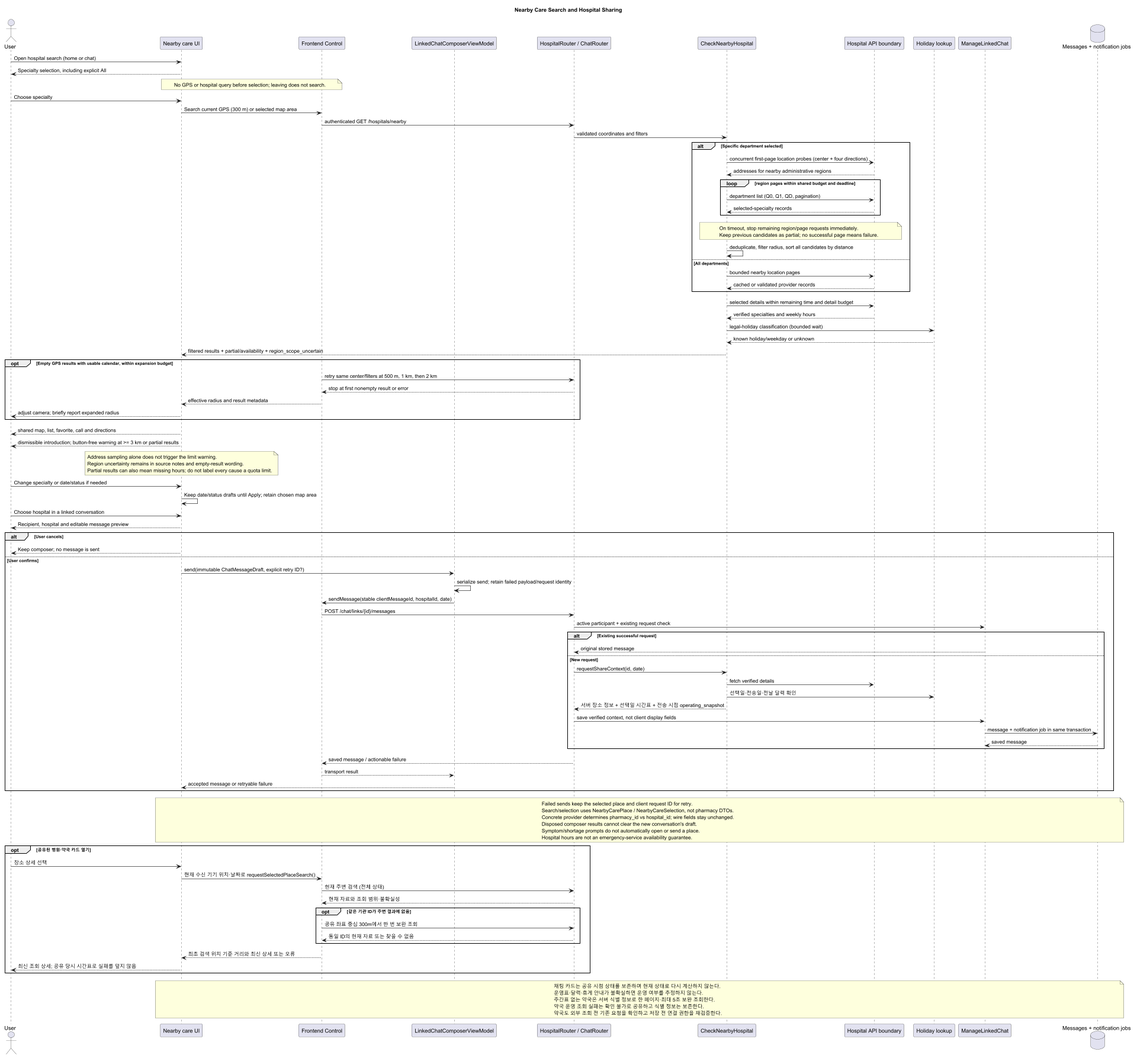
The PlantUML diagram docs/UML/sequence/NearbyCareSharing.png in 1window2/MedBuddy, before a commit. Its source is kept beside it as docs/UML/sequence/NearbyCareSharing.puml.
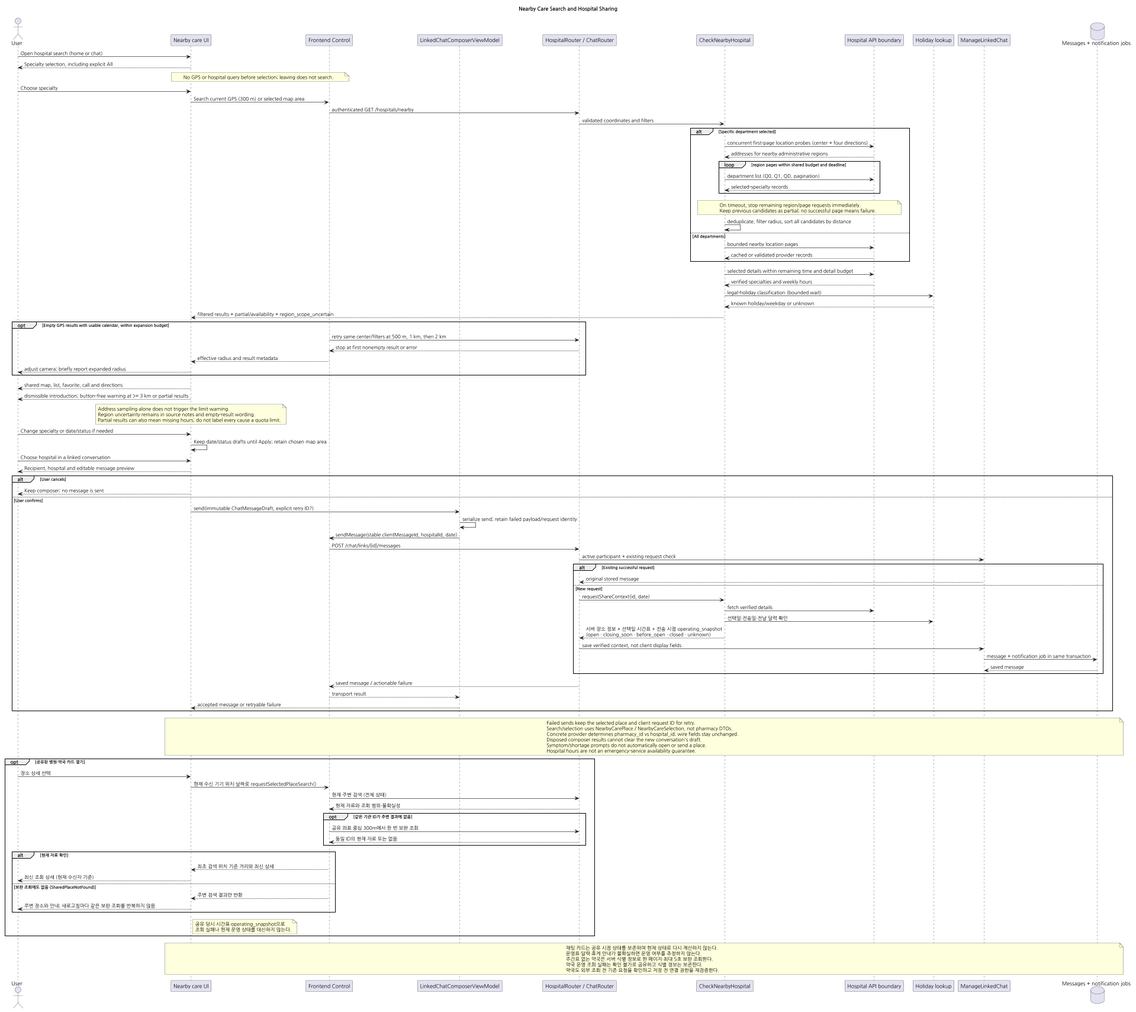
After the change.

Change to the diagram source:
```diff
@@ -1,4 +1,5 @@
 @startuml
+skinparam defaultFontName Nanum Gothic
 scale max 1920 width
 skinparam backgroundColor white
 skinparam shadowing false
@@ -76,7 +77,7 @@
     API -> HC : requestShareContext(id, date)
     HC -> HB : fetch verified details
     HC -> Holiday : 선택일·전송일·전날 달력 확인
-    HC --> API : 서버 장소 정보 + 선택일 시간표 + 전송 시점 operating_snapshot
+    HC --> API : 서버 장소 정보 + 선택일 시간표 + 전송 시점 operating_snapshot\n(open · closing_soon · before_open · closed · unknown)
     API -> Chat : save verified context, not client display fields
     Chat -> DB : message + notification job in same transaction
     DB --> Chat : saved message
@@ -101,10 +102,16 @@
   API --> FC : 현재 자료와 조회 범위·불확실성
   opt 같은 기관 ID가 주변 결과에 없음
     FC -> API : 공유 좌표 중심 300m에서 한 번 보완 조회
-    API --> FC : 동일 ID의 현재 자료 또는 찾을 수 없음
+    API --> FC : 동일 ID의 현재 자료 또는 없음
   end
-  FC --> UI : 최초 검색 위치 기준 거리와 최신 상세 또는 오류
-  UI --> User : 최신 조회 상세; 공유 당시 시간표로 실패를 덮지 않음
+  alt 현재 자료 확인
+    FC --> UI : 최초 검색 위치 기준 거리와 최신 상세
+    UI --> User : 최신 조회 상세 (현재 수신자 기준)
+  else 보완 조회에도 없음 (SharedPlaceNotFound)
+    FC --> UI : 주변 검색 결과만 반환
+    UI --> User : 주변 장소와 안내; 새로고침마다 같은 보완 조회를 반복하지 않음
+  end
+  note right of UI : 공유 당시 시간표·operating_snapshot으로\n조회 실패나 현재 운영 상태를 대신하지 않는다.
 end
 note over UI,DB
   채팅 카드는 공유 시점 상태를 보존하며 현재 상태로 다시 계산하지 않는다.
```
